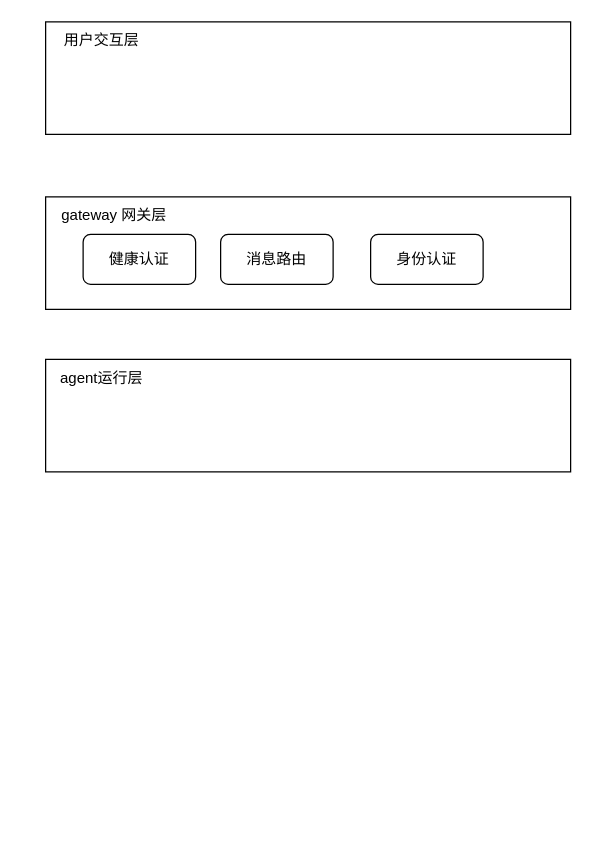
Above: 技术架构图.drawio in redpoppet/drawio_hub (draw.io), before the change. Source tidied: cells renumbered, new cells numbered last; positions are measured from the earlier drawing's top-left corner, leaving out a move shared by most shapes. Both pictures are drawn from the tidied source at 125%, with x=0, y=0 at pixel (32, 21).
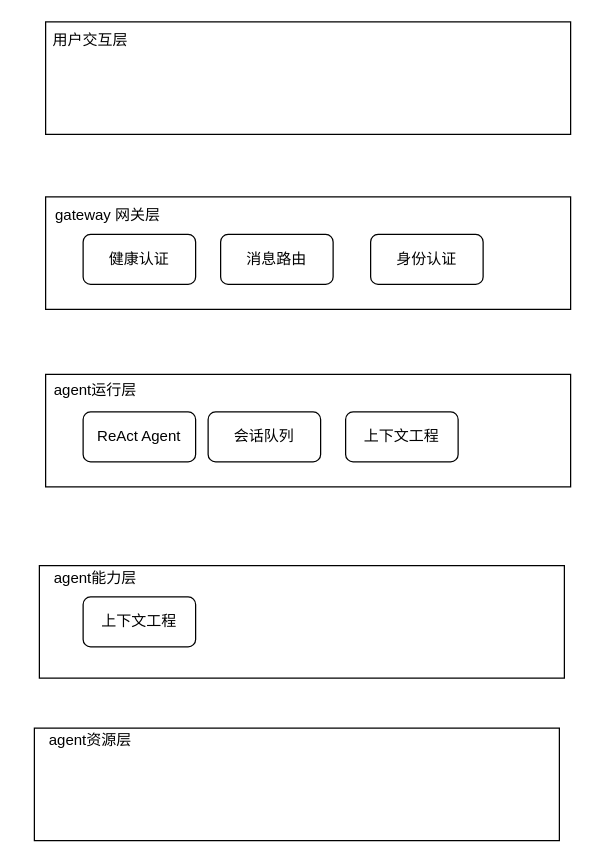
The same diagram, later.

Commit message:
更新技术架构图.drawio

Change to the diagram source:
```diff
@@
 <mxGraphModel>
   <root>
     <mxCell id="0" />
     <mxCell id="1" parent="0" />
     <mxCell id="2" style="rounded=0;whiteSpace=wrap;html=1;" parent="1" vertex="1">
       <mxGeometry x="10" width="420" height="90" as="geometry" />
     </mxCell>
     <mxCell id="3" value="用户交互层" style="text;html=1;whiteSpace=wrap;strokeColor=none;fillColor=none;align=center;verticalAlign=middle;rounded=0;" parent="1" vertex="1">
-      <mxGeometry width="110" height="30" as="geometry" />
+      <mxGeometry x="-9" width="110" height="30" as="geometry" />
     </mxCell>
     <mxCell id="4" style="rounded=0;whiteSpace=wrap;html=1;" parent="1" vertex="1">
       <mxGeometry x="10" y="140" width="420" height="90" as="geometry" />
     </mxCell>
     <mxCell id="5" value="gateway 网关层" style="text;html=1;whiteSpace=wrap;strokeColor=none;fillColor=none;align=center;verticalAlign=middle;rounded=0;" parent="1" vertex="1">
-      <mxGeometry x="10" y="140" width="110" height="30" as="geometry" />
+      <mxGeometry x="5" y="140" width="110" height="30" as="geometry" />
     </mxCell>
     <mxCell id="6" style="rounded=0;whiteSpace=wrap;html=1;" parent="1" vertex="1">
-      <mxGeometry x="10" y="270" width="420" height="90" as="geometry" />
+      <mxGeometry x="10" y="282" width="420" height="90" as="geometry" />
     </mxCell>
     <mxCell id="7" value="agent运行层" style="text;html=1;whiteSpace=wrap;strokeColor=none;fillColor=none;align=center;verticalAlign=middle;rounded=0;" parent="1" vertex="1">
-      <mxGeometry y="270" width="110" height="30" as="geometry" />
+      <mxGeometry x="-5" y="280" width="110" height="30" as="geometry" />
     </mxCell>
     <mxCell id="8" value="健康认证" style="rounded=1;whiteSpace=wrap;html=1;" parent="1" vertex="1">
       <mxGeometry x="40" y="170" width="90" height="40" as="geometry" />
     </mxCell>
     <mxCell id="9" value="消息路由" style="rounded=1;whiteSpace=wrap;html=1;" parent="1" vertex="1">
       <mxGeometry x="150" y="170" width="90" height="40" as="geometry" />
     </mxCell>
     <mxCell id="10" value="身份认证" style="rounded=1;whiteSpace=wrap;html=1;" parent="1" vertex="1">
       <mxGeometry x="270" y="170" width="90" height="40" as="geometry" />
     </mxCell>
+    <mxCell id="11" value="ReAct Agent" style="rounded=1;whiteSpace=wrap;html=1;" parent="1" vertex="1">
+      <mxGeometry x="40" y="312" width="90" height="40" as="geometry" />
+    </mxCell>
+    <mxCell id="12" value="会话队列" style="rounded=1;whiteSpace=wrap;html=1;" parent="1" vertex="1">
+      <mxGeometry x="140" y="312" width="90" height="40" as="geometry" />
+    </mxCell>
+    <mxCell id="13" value="上下文工程" style="rounded=1;whiteSpace=wrap;html=1;" parent="1" vertex="1">
+      <mxGeometry x="250" y="312" width="90" height="40" as="geometry" />
+    </mxCell>
+    <mxCell id="14" style="rounded=0;whiteSpace=wrap;html=1;" parent="1" vertex="1">
+      <mxGeometry x="5" y="435" width="420" height="90" as="geometry" />
+    </mxCell>
+    <mxCell id="15" value="agent能力层" style="text;html=1;whiteSpace=wrap;strokeColor=none;fillColor=none;align=center;verticalAlign=middle;rounded=0;" parent="1" vertex="1">
+      <mxGeometry x="-5" y="430" width="110" height="30" as="geometry" />
+    </mxCell>
+    <mxCell id="16" style="rounded=0;whiteSpace=wrap;html=1;" parent="1" vertex="1">
+      <mxGeometry x="1" y="565" width="420" height="90" as="geometry" />
+    </mxCell>
+    <mxCell id="17" value="agent资源层" style="text;html=1;whiteSpace=wrap;strokeColor=none;fillColor=none;align=center;verticalAlign=middle;rounded=0;" parent="1" vertex="1">
+      <mxGeometry x="-9" y="560" width="110" height="30" as="geometry" />
+    </mxCell>
+    <mxCell id="18" value="上下文工程" style="rounded=1;whiteSpace=wrap;html=1;" parent="1" vertex="1">
+      <mxGeometry x="40" y="460" width="90" height="40" as="geometry" />
+    </mxCell>
   </root>
 </mxGraphModel>
```
